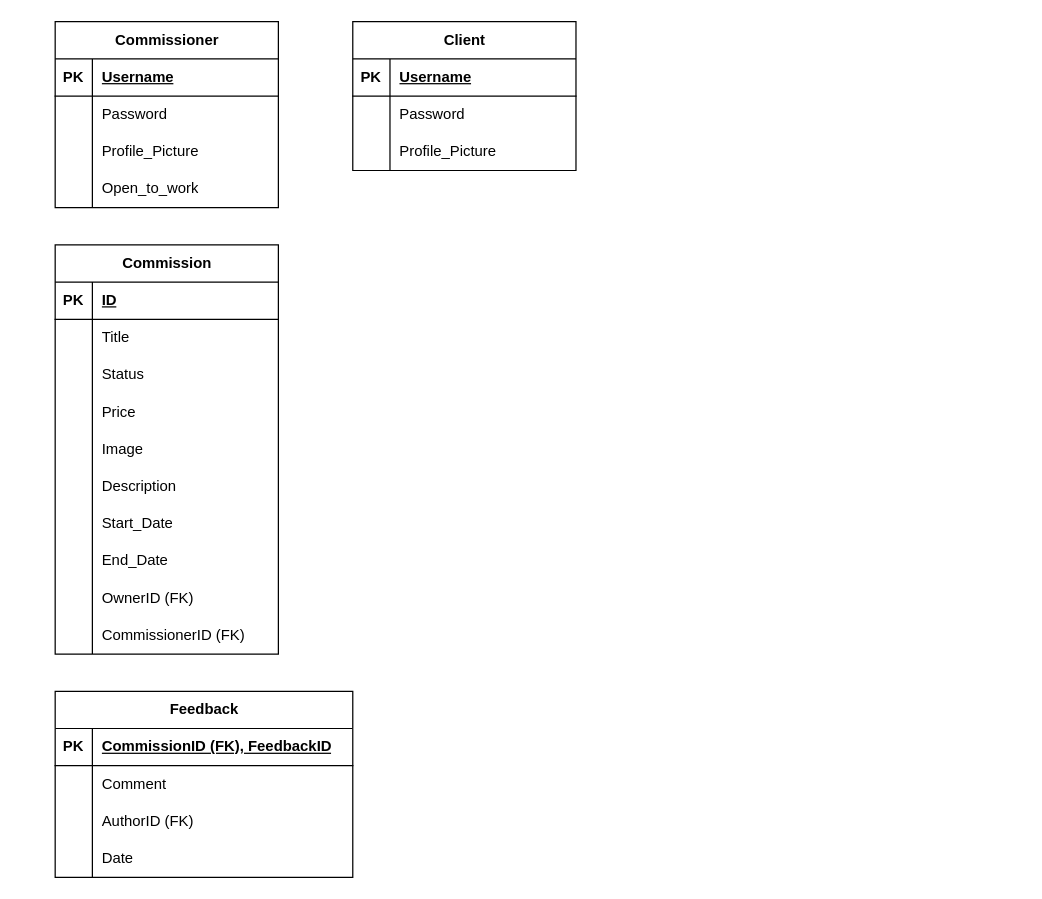
CocoaMilka/CS2300_Diagrams keeps this draw.io diagram as Diagrams/Phase 2 RelationTables.drawio. Above is the earlier version. Source tidied: cells renumbered, new cells numbered last; positions are measured from the earlier drawing's top-left corner, leaving out a move shared by most shapes. Both pictures are drawn from the tidied source at 124%, with x=0, y=0 at pixel (55, 21).
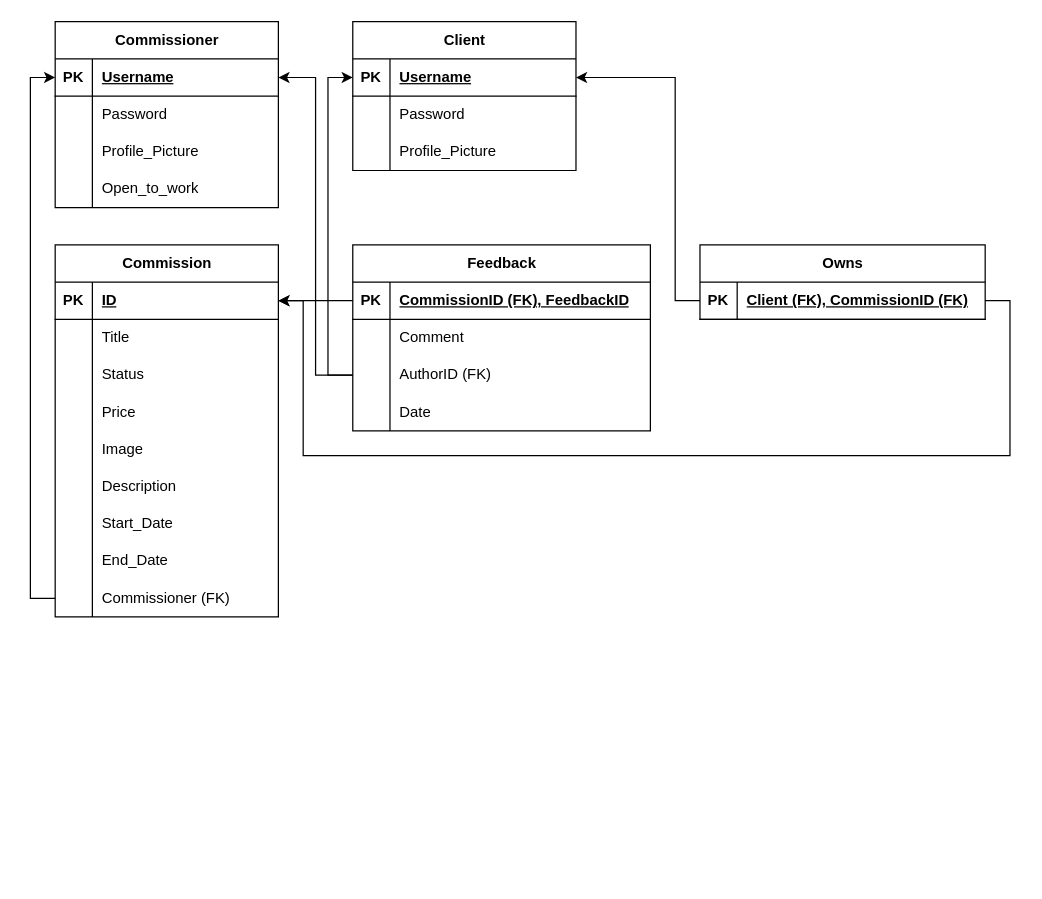
The same diagram, later.

The change refers to these unchanged cells:
```xml
<mxCell id="3" style="shape=tableRow;horizontal=0;startSize=0;swimlaneHead=0;swimlaneBody=0;fillColor=none;points=[[0,0.5],[1,0.5]];portConstraint=eastwest;top=0;left=0;right=0;bottom=1;" parent="2" vertex="1">
  <mxGeometry y="30" width="180" height="30" as="geometry" />
</mxCell>
<mxCell id="16" style="shape=tableRow;horizontal=0;startSize=0;swimlaneHead=0;swimlaneBody=0;fillColor=none;points=[[0,0.5],[1,0.5]];portConstraint=eastwest;top=0;left=0;right=0;bottom=1;" parent="15" vertex="1">
  <mxGeometry y="30" width="180" height="30" as="geometry" />
</mxCell>
<mxCell id="26" style="shape=tableRow;horizontal=0;startSize=0;swimlaneHead=0;swimlaneBody=0;fillColor=none;points=[[0,0.5],[1,0.5]];portConstraint=eastwest;top=0;left=0;right=0;bottom=1;" parent="25" vertex="1">
  <mxGeometry y="30" width="180" height="30" as="geometry" />
</mxCell>
<mxCell id="57" style="shape=tableRow;horizontal=0;startSize=0;swimlaneHead=0;swimlaneBody=0;fillColor=none;points=[[0,0.5],[1,0.5]];portConstraint=eastwest;top=0;left=0;right=0;bottom=1;" parent="56" vertex="1">
  <mxGeometry y="30" width="240" height="30" as="geometry" />
</mxCell>
<mxCell id="63" style="shape=tableRow;horizontal=0;startSize=0;swimlaneHead=0;swimlaneBody=0;fillColor=none;points=[[0,0.5],[1,0.5]];portConstraint=eastwest;top=0;left=0;right=0;bottom=0;" parent="56" vertex="1">
  <mxGeometry y="90" width="240" height="30" as="geometry" />
</mxCell>
```

Change to the diagram source:
```diff
@@
     <mxCell id="25" value="Commission" style="shape=table;startSize=30;childLayout=tableLayout;rowLines=0;fontStyle=1;align=center;html=1;" parent="1" vertex="1">
-      <mxGeometry y="180" width="180" height="330" as="geometry" />
+      <mxGeometry y="180" width="180" height="300" as="geometry" />
     </mxCell>
@@
-    <mxCell id="50" style="shape=tableRow;horizontal=0;startSize=0;swimlaneHead=0;swimlaneBody=0;fillColor=none;top=0;left=0;right=0;bottom=0;" parent="25" vertex="1">
-      <mxGeometry y="270" width="180" height="30" as="geometry" />
-    </mxCell>
-    <mxCell id="51" style="shape=partialRectangle;fillColor=none;top=0;left=0;bottom=0;right=0;overflow=hidden;whiteSpace=wrap;html=1;" parent="50" vertex="1">
-      <mxGeometry width="30" height="30" as="geometry" />
-    </mxCell>
-    <mxCell id="52" value="OwnerID (FK)" style="shape=partialRectangle;fillColor=none;top=0;left=0;bottom=0;right=0;align=left;spacingLeft=6;overflow=hidden;whiteSpace=wrap;html=1;" parent="50" vertex="1">
-      <mxGeometry x="30" width="150" height="30" as="geometry" />
-    </mxCell>
     <mxCell id="53" style="shape=tableRow;horizontal=0;startSize=0;swimlaneHead=0;swimlaneBody=0;fillColor=none;points=[[0,0.5],[1,0.5]];portConstraint=eastwest;top=0;left=0;right=0;bottom=0;" parent="25" vertex="1">
-      <mxGeometry y="300" width="180" height="30" as="geometry" />
+      <mxGeometry y="270" width="180" height="30" as="geometry" />
     </mxCell>
@@
-    <mxCell id="55" value="CommissionerID (FK)" style="shape=partialRectangle;fillColor=none;top=0;left=0;bottom=0;right=0;align=left;spacingLeft=6;overflow=hidden;whiteSpace=wrap;html=1;" parent="53" vertex="1">
+    <mxCell id="55" value="Commissioner (FK)" style="shape=partialRectangle;fillColor=none;top=0;left=0;bottom=0;right=0;align=left;spacingLeft=6;overflow=hidden;whiteSpace=wrap;html=1;" parent="53" vertex="1">
       <mxGeometry x="30" width="150" height="30" as="geometry" />
     </mxCell>
     <mxCell id="56" value="Feedback" style="shape=table;startSize=30;childLayout=tableLayout;rowLines=0;fontStyle=1;align=center;html=1;" parent="1" vertex="1">
-      <mxGeometry y="540" width="240" height="150" as="geometry" />
+      <mxGeometry x="240" y="180" width="240" height="150" as="geometry" />
     </mxCell>
@@
+    <mxCell id="69" style="edgeStyle=orthogonalEdgeStyle;rounded=0;jettySize=auto;html=1;exitX=1;exitY=0.75;exitDx=0;exitDy=0;entryX=1;entryY=0.5;entryDx=0;entryDy=0;" parent="1" edge="1" source="70" target="26">
+      <mxGeometry relative="1" as="geometry">
+        <Array as="points">
+          <mxPoint x="770" y="225" />
+          <mxPoint x="770" y="350" />
+          <mxPoint x="200" y="350" />
+          <mxPoint x="200" y="225" />
+        </Array>
+      </mxGeometry>
+    </mxCell>
+    <mxCell id="70" value="Owns" style="shape=table;startSize=30;childLayout=tableLayout;rowLines=0;fontStyle=1;align=center;html=1;" parent="1" vertex="1">
+      <mxGeometry x="520" y="180" width="230" height="60" as="geometry" />
+    </mxCell>
+    <mxCell id="71" style="shape=tableRow;horizontal=0;startSize=0;swimlaneHead=0;swimlaneBody=0;fillColor=none;points=[[0,0.5],[1,0.5]];portConstraint=eastwest;top=0;left=0;right=0;bottom=1;" parent="70" vertex="1">
+      <mxGeometry y="30" width="230" height="30" as="geometry" />
+    </mxCell>
+    <mxCell id="72" value="PK" style="shape=partialRectangle;fillColor=none;top=0;left=0;bottom=0;right=0;fontStyle=1;overflow=hidden;whiteSpace=wrap;html=1;" parent="71" vertex="1">
+      <mxGeometry width="30" height="30" as="geometry" />
+    </mxCell>
+    <mxCell id="73" value="Client (FK), CommissionID (FK)" style="shape=partialRectangle;fillColor=none;top=0;left=0;bottom=0;right=0;align=left;spacingLeft=6;fontStyle=5;overflow=hidden;whiteSpace=wrap;html=1;" parent="71" vertex="1">
+      <mxGeometry x="30" width="200" height="30" as="geometry" />
+    </mxCell>
+    <mxCell id="74" style="edgeStyle=orthogonalEdgeStyle;rounded=0;jettySize=auto;html=1;exitX=0;exitY=0.5;exitDx=0;exitDy=0;entryX=0;entryY=0.5;entryDx=0;entryDy=0;" parent="1" edge="1" source="53" target="3">
+      <mxGeometry relative="1" as="geometry" />
+    </mxCell>
+    <mxCell id="75" style="edgeStyle=orthogonalEdgeStyle;rounded=0;jettySize=auto;html=1;exitX=0;exitY=0.5;exitDx=0;exitDy=0;entryX=0;entryY=0.5;entryDx=0;entryDy=0;" parent="1" edge="1" source="63" target="16">
+      <mxGeometry relative="1" as="geometry" />
+    </mxCell>
+    <mxCell id="76" style="edgeStyle=orthogonalEdgeStyle;rounded=0;jettySize=auto;html=1;exitX=0;exitY=0.5;exitDx=0;exitDy=0;entryX=1;entryY=0.5;entryDx=0;entryDy=0;" parent="1" edge="1" source="63" target="3">
+      <mxGeometry relative="1" as="geometry" />
+    </mxCell>
+    <mxCell id="77" style="edgeStyle=orthogonalEdgeStyle;rounded=0;jettySize=auto;html=1;exitX=0;exitY=0.5;exitDx=0;exitDy=0;entryX=1;entryY=0.5;entryDx=0;entryDy=0;" parent="1" edge="1" source="57" target="26">
+      <mxGeometry relative="1" as="geometry" />
+    </mxCell>
+    <mxCell id="78" style="edgeStyle=orthogonalEdgeStyle;rounded=0;jettySize=auto;html=1;entryX=1;entryY=0.5;entryDx=0;entryDy=0;" parent="1" edge="1" source="71" target="16">
+      <mxGeometry relative="1" as="geometry">
+        <Array as="points">
+          <mxPoint x="500" y="225" />
+          <mxPoint x="500" y="45" />
+        </Array>
+      </mxGeometry>
+    </mxCell>
```
